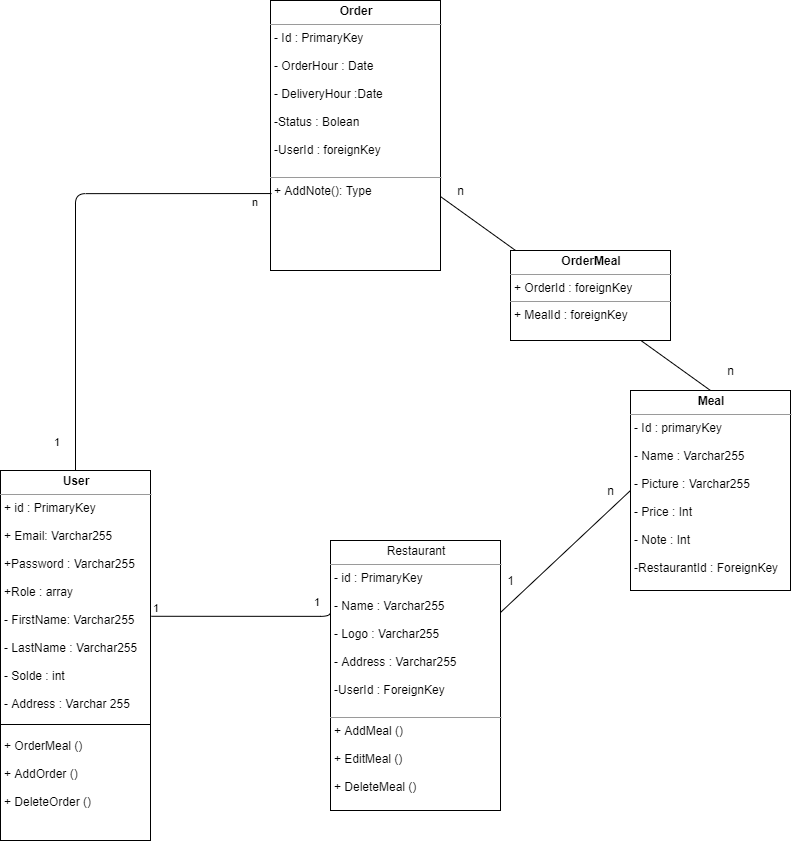
Before: Documentation/BDD Dev'eat.png, a diagram exported from draw.io (leoniemandah/Dev-Eat). Source tidied: cells renumbered, new cells last; positions are measured from the earlier drawing's top-left corner, leaving out a move shared by most shapes.
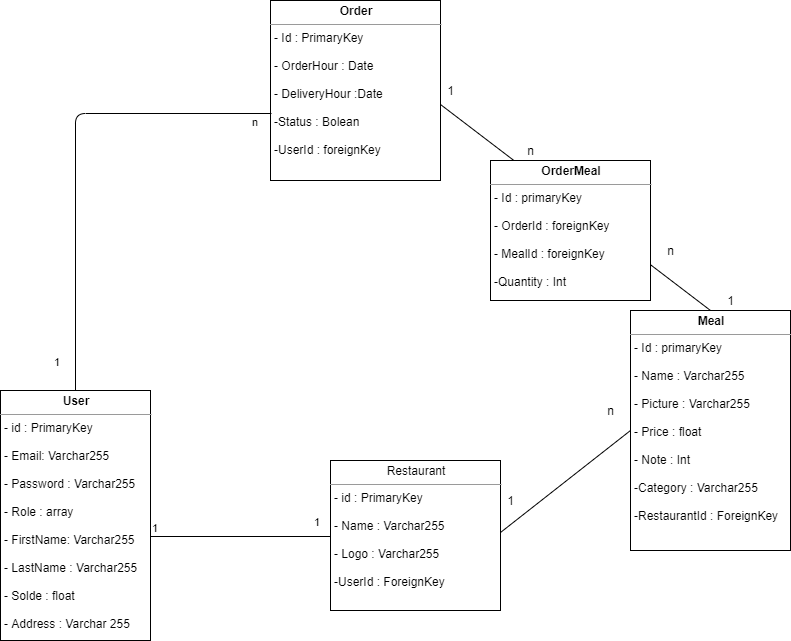
The same file after the commit.

Change to the diagram source:
```diff
@@ -2,23 +2,23 @@
   <root>
     <mxCell id="0" />
     <mxCell id="1" parent="0" />
-    <mxCell id="2" value="&lt;p style=&quot;margin: 0px ; margin-top: 4px ; text-align: center&quot;&gt;Restaurant&lt;/p&gt;&lt;hr size=&quot;1&quot;&gt;&lt;p style=&quot;margin: 0px ; margin-left: 4px&quot;&gt;- id : PrimaryKey&lt;/p&gt;&lt;p style=&quot;margin: 0px ; margin-left: 4px&quot;&gt;&lt;br&gt;&lt;/p&gt;&lt;p style=&quot;margin: 0px ; margin-left: 4px&quot;&gt;- Name : Varchar255&lt;/p&gt;&lt;p style=&quot;margin: 0px ; margin-left: 4px&quot;&gt;&lt;br&gt;&lt;/p&gt;&lt;p style=&quot;margin: 0px ; margin-left: 4px&quot;&gt;- Logo : Varchar255&lt;/p&gt;&lt;p style=&quot;margin: 0px ; margin-left: 4px&quot;&gt;&lt;br&gt;&lt;/p&gt;&lt;p style=&quot;margin: 0px ; margin-left: 4px&quot;&gt;- Address : Varchar255&lt;/p&gt;&lt;p style=&quot;margin: 0px ; margin-left: 4px&quot;&gt;&lt;br&gt;&lt;/p&gt;&lt;p style=&quot;margin: 0px ; margin-left: 4px&quot;&gt;-UserId : ForeignKey&lt;/p&gt;&lt;p style=&quot;margin: 0px ; margin-left: 4px&quot;&gt;&lt;br&gt;&lt;/p&gt;&lt;hr size=&quot;1&quot;&gt;&lt;p style=&quot;margin: 0px ; margin-left: 4px&quot;&gt;+ AddMeal ()&lt;/p&gt;&lt;p style=&quot;margin: 0px ; margin-left: 4px&quot;&gt;&lt;br&gt;&lt;/p&gt;&lt;p style=&quot;margin: 0px ; margin-left: 4px&quot;&gt;+ EditMeal ()&lt;/p&gt;&lt;p style=&quot;margin: 0px ; margin-left: 4px&quot;&gt;&lt;br&gt;&lt;/p&gt;&lt;p style=&quot;margin: 0px ; margin-left: 4px&quot;&gt;+ DeleteMeal ()&lt;/p&gt;&lt;p style=&quot;margin: 0px ; margin-left: 4px&quot;&gt;&lt;br&gt;&lt;/p&gt;&lt;p style=&quot;margin: 0px ; margin-left: 4px&quot;&gt;&lt;br&gt;&lt;/p&gt;&lt;p style=&quot;margin: 0px ; margin-left: 4px&quot;&gt;&lt;br&gt;&lt;/p&gt;&lt;p style=&quot;margin: 0px ; margin-left: 4px&quot;&gt;&lt;br&gt;&lt;/p&gt;" style="verticalAlign=top;align=left;overflow=fill;fontSize=12;fontFamily=Helvetica;html=1;" parent="1" vertex="1">
-      <mxGeometry x="330" y="540" width="170" height="270" as="geometry" />
+    <mxCell id="2" value="&lt;p style=&quot;margin: 0px ; margin-top: 4px ; text-align: center&quot;&gt;Restaurant&lt;/p&gt;&lt;hr size=&quot;1&quot;&gt;&lt;p style=&quot;margin: 0px ; margin-left: 4px&quot;&gt;- id : PrimaryKey&lt;/p&gt;&lt;p style=&quot;margin: 0px ; margin-left: 4px&quot;&gt;&lt;br&gt;&lt;/p&gt;&lt;p style=&quot;margin: 0px ; margin-left: 4px&quot;&gt;- Name : Varchar255&lt;/p&gt;&lt;p style=&quot;margin: 0px ; margin-left: 4px&quot;&gt;&lt;br&gt;&lt;/p&gt;&lt;p style=&quot;margin: 0px ; margin-left: 4px&quot;&gt;- Logo : Varchar255&lt;/p&gt;&lt;p style=&quot;margin: 0px ; margin-left: 4px&quot;&gt;&lt;br&gt;&lt;/p&gt;&lt;p style=&quot;margin: 0px ; margin-left: 4px&quot;&gt;-UserId : ForeignKey&lt;/p&gt;&lt;p style=&quot;margin: 0px ; margin-left: 4px&quot;&gt;&lt;br&gt;&lt;/p&gt;&lt;p style=&quot;margin: 0px ; margin-left: 4px&quot;&gt;&lt;br&gt;&lt;/p&gt;&lt;p style=&quot;margin: 0px ; margin-left: 4px&quot;&gt;&lt;br&gt;&lt;/p&gt;&lt;p style=&quot;margin: 0px ; margin-left: 4px&quot;&gt;&lt;br&gt;&lt;/p&gt;&lt;p style=&quot;margin: 0px ; margin-left: 4px&quot;&gt;&lt;br&gt;&lt;/p&gt;&lt;p style=&quot;margin: 0px ; margin-left: 4px&quot;&gt;&lt;br&gt;&lt;/p&gt;" style="verticalAlign=top;align=left;overflow=fill;fontSize=12;fontFamily=Helvetica;html=1;" parent="1" vertex="1">
+      <mxGeometry x="330" y="540" width="170" height="150" as="geometry" />
     </mxCell>
-    <mxCell id="3" value="&lt;p style=&quot;margin: 0px ; margin-top: 4px ; text-align: center&quot;&gt;&lt;b&gt;Meal&lt;/b&gt;&lt;/p&gt;&lt;hr size=&quot;1&quot;&gt;&lt;p style=&quot;margin: 0px ; margin-left: 4px&quot;&gt;- Id : primaryKey&amp;nbsp;&lt;/p&gt;&lt;p style=&quot;margin: 0px ; margin-left: 4px&quot;&gt;&lt;br&gt;&lt;/p&gt;&lt;p style=&quot;margin: 0px ; margin-left: 4px&quot;&gt;- Name : Varchar255&lt;/p&gt;&lt;p style=&quot;margin: 0px ; margin-left: 4px&quot;&gt;&lt;br&gt;&lt;/p&gt;&lt;p style=&quot;margin: 0px ; margin-left: 4px&quot;&gt;- Picture : Varchar255&lt;/p&gt;&lt;p style=&quot;margin: 0px ; margin-left: 4px&quot;&gt;&lt;br&gt;&lt;/p&gt;&lt;p style=&quot;margin: 0px ; margin-left: 4px&quot;&gt;- Price : Int&lt;/p&gt;&lt;p style=&quot;margin: 0px ; margin-left: 4px&quot;&gt;&lt;br&gt;&lt;/p&gt;&lt;p style=&quot;margin: 0px ; margin-left: 4px&quot;&gt;- Note : Int&lt;/p&gt;&lt;p style=&quot;margin: 0px ; margin-left: 4px&quot;&gt;&lt;br&gt;&lt;/p&gt;&lt;p style=&quot;margin: 0px ; margin-left: 4px&quot;&gt;-RestaurantId : ForeignKey&lt;/p&gt;" style="verticalAlign=top;align=left;overflow=fill;fontSize=12;fontFamily=Helvetica;html=1;" parent="1" vertex="1">
-      <mxGeometry x="630" y="390" width="160" height="200" as="geometry" />
+    <mxCell id="3" value="&lt;p style=&quot;margin: 0px ; margin-top: 4px ; text-align: center&quot;&gt;&lt;b&gt;Meal&lt;/b&gt;&lt;/p&gt;&lt;hr size=&quot;1&quot;&gt;&lt;p style=&quot;margin: 0px ; margin-left: 4px&quot;&gt;- Id : primaryKey&amp;nbsp;&lt;/p&gt;&lt;p style=&quot;margin: 0px ; margin-left: 4px&quot;&gt;&lt;br&gt;&lt;/p&gt;&lt;p style=&quot;margin: 0px ; margin-left: 4px&quot;&gt;- Name : Varchar255&lt;/p&gt;&lt;p style=&quot;margin: 0px ; margin-left: 4px&quot;&gt;&lt;br&gt;&lt;/p&gt;&lt;p style=&quot;margin: 0px ; margin-left: 4px&quot;&gt;- Picture : Varchar255&lt;/p&gt;&lt;p style=&quot;margin: 0px ; margin-left: 4px&quot;&gt;&lt;br&gt;&lt;/p&gt;&lt;p style=&quot;margin: 0px ; margin-left: 4px&quot;&gt;- Price : float&lt;/p&gt;&lt;p style=&quot;margin: 0px ; margin-left: 4px&quot;&gt;&lt;br&gt;&lt;/p&gt;&lt;p style=&quot;margin: 0px ; margin-left: 4px&quot;&gt;- Note : Int&lt;/p&gt;&lt;p style=&quot;margin: 0px ; margin-left: 4px&quot;&gt;&lt;br&gt;&lt;/p&gt;&lt;p style=&quot;margin: 0px ; margin-left: 4px&quot;&gt;-Category : Varchar255&lt;/p&gt;&lt;p style=&quot;margin: 0px ; margin-left: 4px&quot;&gt;&lt;br&gt;&lt;/p&gt;&lt;p style=&quot;margin: 0px ; margin-left: 4px&quot;&gt;-RestaurantId : ForeignKey&lt;/p&gt;" style="verticalAlign=top;align=left;overflow=fill;fontSize=12;fontFamily=Helvetica;html=1;" parent="1" vertex="1">
+      <mxGeometry x="630" y="390" width="160" height="240" as="geometry" />
     </mxCell>
-    <mxCell id="4" value="&lt;p style=&quot;margin: 0px ; margin-top: 4px ; text-align: center&quot;&gt;&lt;b&gt;Order&lt;/b&gt;&lt;/p&gt;&lt;hr size=&quot;1&quot;&gt;&lt;p style=&quot;margin: 0px ; margin-left: 4px&quot;&gt;- Id : PrimaryKey&amp;nbsp;&lt;/p&gt;&lt;p style=&quot;margin: 0px ; margin-left: 4px&quot;&gt;&lt;br&gt;&lt;/p&gt;&lt;p style=&quot;margin: 0px ; margin-left: 4px&quot;&gt;- OrderHour : Date&lt;/p&gt;&lt;p style=&quot;margin: 0px ; margin-left: 4px&quot;&gt;&lt;br&gt;&lt;/p&gt;&lt;p style=&quot;margin: 0px ; margin-left: 4px&quot;&gt;- DeliveryHour :Date&lt;/p&gt;&lt;p style=&quot;margin: 0px ; margin-left: 4px&quot;&gt;&lt;br&gt;&lt;/p&gt;&lt;p style=&quot;margin: 0px ; margin-left: 4px&quot;&gt;-Status : Bolean&amp;nbsp;&lt;/p&gt;&lt;p style=&quot;margin: 0px ; margin-left: 4px&quot;&gt;&lt;br&gt;&lt;/p&gt;&lt;p style=&quot;margin: 0px ; margin-left: 4px&quot;&gt;-UserId : foreignKey&lt;/p&gt;&lt;br&gt;&lt;hr size=&quot;1&quot;&gt;&lt;p style=&quot;margin: 0px ; margin-left: 4px&quot;&gt;+ AddNote(): Type&lt;/p&gt;" style="verticalAlign=top;align=left;overflow=fill;fontSize=12;fontFamily=Helvetica;html=1;" parent="1" vertex="1">
-      <mxGeometry x="270" width="170" height="270" as="geometry" />
+    <mxCell id="4" value="&lt;p style=&quot;margin: 0px ; margin-top: 4px ; text-align: center&quot;&gt;&lt;b&gt;Order&lt;/b&gt;&lt;/p&gt;&lt;hr size=&quot;1&quot;&gt;&lt;p style=&quot;margin: 0px ; margin-left: 4px&quot;&gt;- Id : PrimaryKey&amp;nbsp;&lt;/p&gt;&lt;p style=&quot;margin: 0px ; margin-left: 4px&quot;&gt;&lt;br&gt;&lt;/p&gt;&lt;p style=&quot;margin: 0px ; margin-left: 4px&quot;&gt;- OrderHour : Date&lt;/p&gt;&lt;p style=&quot;margin: 0px ; margin-left: 4px&quot;&gt;&lt;br&gt;&lt;/p&gt;&lt;p style=&quot;margin: 0px ; margin-left: 4px&quot;&gt;- DeliveryHour :Date&lt;/p&gt;&lt;p style=&quot;margin: 0px ; margin-left: 4px&quot;&gt;&lt;br&gt;&lt;/p&gt;&lt;p style=&quot;margin: 0px ; margin-left: 4px&quot;&gt;-Status : Bolean&amp;nbsp;&lt;/p&gt;&lt;p style=&quot;margin: 0px ; margin-left: 4px&quot;&gt;&lt;br&gt;&lt;/p&gt;&lt;p style=&quot;margin: 0px ; margin-left: 4px&quot;&gt;-UserId : foreignKey&lt;/p&gt;&lt;br&gt;&lt;p style=&quot;margin: 0px ; margin-left: 4px&quot;&gt;&lt;br&gt;&lt;/p&gt;" style="verticalAlign=top;align=left;overflow=fill;fontSize=12;fontFamily=Helvetica;html=1;" parent="1" vertex="1">
+      <mxGeometry x="270" y="80" width="170" height="180" as="geometry" />
     </mxCell>
-    <mxCell id="5" style="endArrow=none;html=1;exitX=0.5;exitY=0;exitDx=0;exitDy=0;" parent="1" edge="1" source="3" target="4">
+    <mxCell id="5" style="endArrow=none;html=1;exitX=0.5;exitY=0;exitDx=0;exitDy=0;entryX=0;entryY=1.2;entryDx=0;entryDy=0;entryPerimeter=0;" parent="1" edge="1" source="3" target="20">
       <mxGeometry relative="1" as="geometry" />
     </mxCell>
     <mxCell id="6" value="n" style="text;html=1;align=center;verticalAlign=middle;" parent="1" vertex="1">
-      <mxGeometry x="450" y="180" width="20" height="20" as="geometry" />
+      <mxGeometry x="520" y="220" width="20" height="20" as="geometry" />
     </mxCell>
     <mxCell id="7" value="n" style="text;html=1;align=center;verticalAlign=middle;" parent="1" vertex="1">
-      <mxGeometry x="720" y="360" width="20" height="20" as="geometry" />
+      <mxGeometry x="660" y="320" width="20" height="20" as="geometry" />
     </mxCell>
     <mxCell id="8" style="endArrow=none;html=1;exitX=0;exitY=0.5;exitDx=0;exitDy=0;" parent="1" edge="1" source="3">
       <mxGeometry relative="1" as="geometry">
@@ -31,14 +31,15 @@
     <mxCell id="10" value="1" style="text;html=1;align=center;verticalAlign=middle;" parent="1" vertex="1">
       <mxGeometry x="500" y="570" width="20" height="20" as="geometry" />
     </mxCell>
-    <mxCell id="11" value="&lt;p style=&quot;margin: 0px ; margin-top: 4px ; text-align: center&quot;&gt;&lt;b&gt;OrderMeal&lt;/b&gt;&lt;/p&gt;&lt;hr size=&quot;1&quot;&gt;&lt;p style=&quot;margin: 0px ; margin-left: 4px&quot;&gt;+ OrderId : foreignKey&lt;/p&gt;&lt;hr size=&quot;1&quot;&gt;&lt;p style=&quot;margin: 0px ; margin-left: 4px&quot;&gt;+ MealId : foreignKey&lt;/p&gt;" style="verticalAlign=top;align=left;overflow=fill;fontSize=12;fontFamily=Helvetica;html=1;" parent="1" vertex="1">
-      <mxGeometry x="510" y="250" width="160" height="90" as="geometry" />
+    <mxCell id="11" value="&lt;p style=&quot;margin: 0px ; margin-top: 4px ; text-align: center&quot;&gt;&lt;b&gt;OrderMeal&lt;/b&gt;&lt;/p&gt;&lt;hr size=&quot;1&quot;&gt;&lt;p style=&quot;margin: 0px 0px 0px 4px&quot;&gt;- Id : primaryKey&amp;nbsp;&lt;/p&gt;&lt;p style=&quot;margin: 0px 0px 0px 4px&quot;&gt;&lt;br&gt;&lt;/p&gt;&lt;p style=&quot;margin: 0px ; margin-left: 4px&quot;&gt;- OrderId : foreignKey&lt;/p&gt;&lt;p style=&quot;margin: 0px ; margin-left: 4px&quot;&gt;&lt;br&gt;&lt;/p&gt;&lt;p style=&quot;margin: 0px ; margin-left: 4px&quot;&gt;- MealId : foreignKey&lt;/p&gt;&lt;p style=&quot;margin: 0px ; margin-left: 4px&quot;&gt;&lt;br&gt;&lt;/p&gt;&lt;p style=&quot;margin: 0px ; margin-left: 4px&quot;&gt;-Quantity : Int&lt;/p&gt;" style="verticalAlign=top;align=left;overflow=fill;fontSize=12;fontFamily=Helvetica;html=1;" parent="1" vertex="1">
+      <mxGeometry x="490" y="240" width="160" height="140" as="geometry" />
     </mxCell>
-    <mxCell id="12" value="&lt;p style=&quot;margin: 0px ; margin-top: 4px ; text-align: center&quot;&gt;&lt;b&gt;User&lt;/b&gt;&lt;/p&gt;&lt;hr size=&quot;1&quot;&gt;&lt;p style=&quot;margin: 0px ; margin-left: 4px&quot;&gt;&lt;span&gt;+ id : PrimaryKey&lt;/span&gt;&lt;br&gt;&lt;/p&gt;&lt;p style=&quot;margin: 0px 0px 0px 4px&quot;&gt;&lt;br&gt;&lt;/p&gt;&lt;p style=&quot;margin: 0px ; margin-left: 4px&quot;&gt;+ Email: Varchar255&lt;/p&gt;&lt;p style=&quot;margin: 0px ; margin-left: 4px&quot;&gt;&lt;br&gt;&lt;/p&gt;&lt;p style=&quot;margin: 0px ; margin-left: 4px&quot;&gt;+Password : Varchar255&lt;/p&gt;&lt;p style=&quot;margin: 0px ; margin-left: 4px&quot;&gt;&lt;br&gt;&lt;/p&gt;&lt;p style=&quot;margin: 0px ; margin-left: 4px&quot;&gt;+Role : array&lt;/p&gt;&lt;p style=&quot;margin: 0px ; margin-left: 4px&quot;&gt;&lt;br&gt;&lt;/p&gt;&lt;p style=&quot;margin: 0px 0px 0px 4px&quot;&gt;- FirstName: Varchar255&lt;/p&gt;&lt;p style=&quot;margin: 0px 0px 0px 4px&quot;&gt;&lt;br&gt;&lt;/p&gt;&lt;p style=&quot;margin: 0px 0px 0px 4px&quot;&gt;- LastName : Varchar255&lt;/p&gt;&lt;p style=&quot;margin: 0px 0px 0px 4px&quot;&gt;&lt;br&gt;&lt;/p&gt;&lt;p style=&quot;margin: 0px 0px 0px 4px&quot;&gt;- Solde : int&lt;/p&gt;&lt;p style=&quot;margin: 0px 0px 0px 4px&quot;&gt;&lt;br&gt;&lt;/p&gt;&lt;p style=&quot;margin: 0px 0px 0px 4px&quot;&gt;- Address : Varchar 255&lt;/p&gt;&lt;p style=&quot;margin: 0px 0px 0px 4px&quot;&gt;&lt;br&gt;&lt;/p&gt;&lt;p style=&quot;margin: 0px 0px 0px 4px&quot;&gt;&lt;br&gt;&lt;/p&gt;&lt;p style=&quot;margin: 0px 0px 0px 4px&quot;&gt;+ OrderMeal ()&amp;nbsp;&lt;/p&gt;&lt;p style=&quot;margin: 0px 0px 0px 4px&quot;&gt;&lt;br&gt;&lt;/p&gt;&lt;p style=&quot;margin: 0px 0px 0px 4px&quot;&gt;+ AddOrder ()&lt;/p&gt;&lt;p style=&quot;margin: 0px 0px 0px 4px&quot;&gt;&lt;br&gt;&lt;/p&gt;&lt;p style=&quot;margin: 0px 0px 0px 4px&quot;&gt;+ DeleteOrder ()&lt;/p&gt;&lt;p style=&quot;margin: 0px ; margin-left: 4px&quot;&gt;&lt;br&gt;&lt;/p&gt;" style="verticalAlign=top;align=left;overflow=fill;fontSize=12;fontFamily=Helvetica;html=1;" parent="1" vertex="1">
-      <mxGeometry y="470" width="150" height="370" as="geometry" />
+    <mxCell id="12" value="&lt;p style=&quot;margin: 0px ; margin-top: 4px ; text-align: center&quot;&gt;&lt;b&gt;User&lt;/b&gt;&lt;/p&gt;&lt;hr size=&quot;1&quot;&gt;&lt;p style=&quot;margin: 0px ; margin-left: 4px&quot;&gt;&lt;span&gt;- id : PrimaryKey&lt;/span&gt;&lt;br&gt;&lt;/p&gt;&lt;p style=&quot;margin: 0px 0px 0px 4px&quot;&gt;&lt;br&gt;&lt;/p&gt;&lt;p style=&quot;margin: 0px ; margin-left: 4px&quot;&gt;- Email: Varchar255&lt;/p&gt;&lt;p style=&quot;margin: 0px ; margin-left: 4px&quot;&gt;&lt;br&gt;&lt;/p&gt;&lt;p style=&quot;margin: 0px ; margin-left: 4px&quot;&gt;- Password : Varchar255&lt;/p&gt;&lt;p style=&quot;margin: 0px ; margin-left: 4px&quot;&gt;&lt;br&gt;&lt;/p&gt;&lt;p style=&quot;margin: 0px ; margin-left: 4px&quot;&gt;- Role : array&lt;/p&gt;&lt;p style=&quot;margin: 0px ; margin-left: 4px&quot;&gt;&lt;br&gt;&lt;/p&gt;&lt;p style=&quot;margin: 0px 0px 0px 4px&quot;&gt;- FirstName: Varchar255&lt;/p&gt;&lt;p style=&quot;margin: 0px 0px 0px 4px&quot;&gt;&lt;br&gt;&lt;/p&gt;&lt;p style=&quot;margin: 0px 0px 0px 4px&quot;&gt;- LastName : Varchar255&lt;/p&gt;&lt;p style=&quot;margin: 0px 0px 0px 4px&quot;&gt;&lt;br&gt;&lt;/p&gt;&lt;p style=&quot;margin: 0px 0px 0px 4px&quot;&gt;- Solde : float&lt;/p&gt;&lt;p style=&quot;margin: 0px 0px 0px 4px&quot;&gt;&lt;br&gt;&lt;/p&gt;&lt;p style=&quot;margin: 0px 0px 0px 4px&quot;&gt;- Address : Varchar 255&lt;/p&gt;&lt;p style=&quot;margin: 0px 0px 0px 4px&quot;&gt;&lt;br&gt;&lt;/p&gt;" style="verticalAlign=top;align=left;overflow=fill;fontSize=12;fontFamily=Helvetica;html=1;" parent="1" vertex="1">
+      <mxGeometry y="470" width="150" height="250" as="geometry" />
     </mxCell>
-    <mxCell id="13" style="endArrow=none;html=1;edgeStyle=orthogonalEdgeStyle;exitX=0.006;exitY=0.715;exitDx=0;exitDy=0;exitPerimeter=0;" parent="1" edge="1" source="4" target="12">
+    <mxCell id="13" style="endArrow=none;html=1;edgeStyle=orthogonalEdgeStyle;" parent="1" edge="1" target="12">
       <mxGeometry relative="1" as="geometry">
+        <mxPoint x="271" y="193" as="sourcePoint" />
         <Array as="points">
           <mxPoint x="75" y="193" />
         </Array>
@@ -54,8 +55,9 @@
         <mxPoint x="-15" y="-20" as="offset" />
       </mxGeometry>
     </mxCell>
-    <mxCell id="16" style="endArrow=none;html=1;edgeStyle=orthogonalEdgeStyle;exitX=1.006;exitY=0.394;exitDx=0;exitDy=0;exitPerimeter=0;entryX=0;entryY=0.25;entryDx=0;entryDy=0;" parent="1" edge="1" source="12" target="2">
+    <mxCell id="16" style="endArrow=none;html=1;edgeStyle=orthogonalEdgeStyle;exitX=1;exitY=0.584;exitDx=0;exitDy=0;exitPerimeter=0;" parent="1" edge="1" source="12">
       <mxGeometry relative="1" as="geometry">
+        <mxPoint x="330" y="616" as="targetPoint" />
         <Array as="points">
           <mxPoint x="330" y="616" />
         </Array>
@@ -66,11 +68,14 @@
     </mxCell>
     <mxCell id="18" value="1" style="edgeLabel;html=1;align=right;verticalAlign=bottom;" parent="16" vertex="1">
       <mxGeometry x="1" relative="1" as="geometry">
-        <mxPoint x="-10.1" y="2.1" as="offset" />
+        <mxPoint x="-10.1" y="-6" as="offset" />
       </mxGeometry>
     </mxCell>
-    <mxCell id="19" style="line;strokeWidth=1;fillColor=none;align=left;verticalAlign=middle;spacingTop=-1;spacingLeft=3;spacingRight=3;labelPosition=right;" parent="1" vertex="1">
-      <mxGeometry y="720" width="150" height="8" as="geometry" />
-    </mxCell>
+    <mxCell id="20" value="1" style="text;html=1;align=center;verticalAlign=middle;points=[];" parent="1" vertex="1">
+      <mxGeometry x="440" y="160" width="20" height="20" as="geometry" />
+    </mxCell>
+    <mxCell id="21" value="1" style="text;html=1;align=center;verticalAlign=middle;" parent="1" vertex="1">
+      <mxGeometry x="720" y="370" width="20" height="20" as="geometry" />
+    </mxCell>
   </root>
 </mxGraphModel>
```
